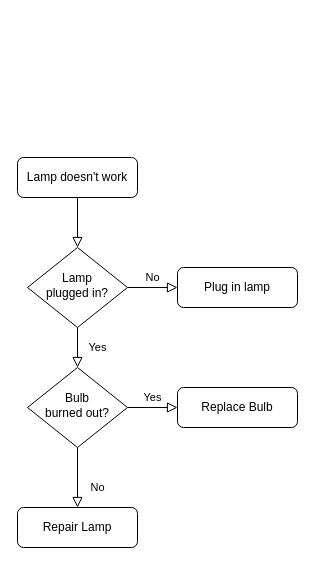
Earlier version of the draw.io diagram flujo de compras.drawio (CAPW-Servicios-Tecnicos/digrama_flujos). Source tidied: cells renumbered, new cells numbered last; positions are measured from the earlier drawing's top-left corner, leaving out a move shared by most shapes. Both pictures are drawn from the tidied source at 100%, with x=0, y=0 at pixel (17, 157).
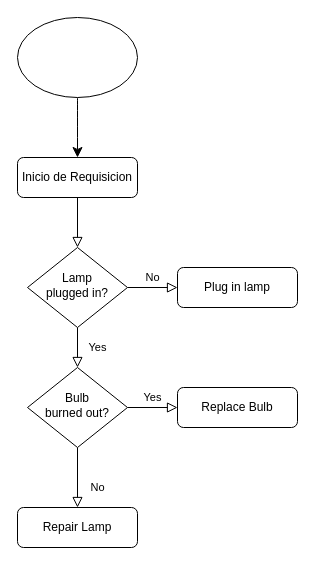
The same diagram, later.

Diff of the diagram source:
```diff
@@
 <mxGraphModel>
   <root>
     <mxCell id="0" />
     <mxCell id="1" parent="0" />
     <mxCell id="2" style="rounded=0;html=1;jettySize=auto;fontSize=11;endArrow=block;endFill=0;endSize=8;strokeWidth=1;shadow=0;labelBackgroundColor=none;edgeStyle=orthogonalEdgeStyle;" parent="1" edge="1" source="3" target="6">
       <mxGeometry relative="1" as="geometry" />
     </mxCell>
-    <mxCell id="3" value="Lamp doesn't work" style="rounded=1;whiteSpace=wrap;html=1;fontSize=12;glass=0;strokeWidth=1;shadow=0;" parent="1" vertex="1">
+    <mxCell id="3" value="Inicio de Requisicion" style="rounded=1;whiteSpace=wrap;html=1;fontSize=12;glass=0;strokeWidth=1;shadow=0;" parent="1" vertex="1">
       <mxGeometry width="120" height="40" as="geometry" />
     </mxCell>
     <mxCell id="4" value="Yes" style="rounded=0;html=1;jettySize=auto;fontSize=11;endArrow=block;endFill=0;endSize=8;strokeWidth=1;shadow=0;labelBackgroundColor=none;edgeStyle=orthogonalEdgeStyle;" parent="1" edge="1" source="6" target="10">
       <mxGeometry y="20" relative="1" as="geometry" />
     </mxCell>
     <mxCell id="5" value="No" style="edgeStyle=orthogonalEdgeStyle;rounded=0;html=1;jettySize=auto;fontSize=11;endArrow=block;endFill=0;endSize=8;strokeWidth=1;shadow=0;labelBackgroundColor=none;" parent="1" edge="1" source="6" target="7">
       <mxGeometry y="10" relative="1" as="geometry" />
     </mxCell>
     <mxCell id="6" value="Lamp&lt;br&gt;plugged in?" style="rhombus;whiteSpace=wrap;html=1;shadow=0;fontFamily=Helvetica;fontSize=12;align=center;strokeWidth=1;spacing=6;spacingTop=-4;" parent="1" vertex="1">
       <mxGeometry x="10" y="90" width="100" height="80" as="geometry" />
     </mxCell>
     <mxCell id="7" value="Plug in lamp" style="rounded=1;whiteSpace=wrap;html=1;fontSize=12;glass=0;strokeWidth=1;shadow=0;" parent="1" vertex="1">
       <mxGeometry x="160" y="110" width="120" height="40" as="geometry" />
     </mxCell>
     <mxCell id="8" value="No" style="rounded=0;html=1;jettySize=auto;fontSize=11;endArrow=block;endFill=0;endSize=8;strokeWidth=1;shadow=0;labelBackgroundColor=none;edgeStyle=orthogonalEdgeStyle;" parent="1" edge="1" source="10" target="11">
       <mxGeometry x="0.33" y="20" relative="1" as="geometry" />
     </mxCell>
     <mxCell id="9" value="Yes" style="edgeStyle=orthogonalEdgeStyle;rounded=0;html=1;jettySize=auto;fontSize=11;endArrow=block;endFill=0;endSize=8;strokeWidth=1;shadow=0;labelBackgroundColor=none;" parent="1" edge="1" source="10" target="12">
       <mxGeometry y="10" relative="1" as="geometry" />
     </mxCell>
     <mxCell id="10" value="Bulb&lt;br&gt;burned out?" style="rhombus;whiteSpace=wrap;html=1;shadow=0;fontFamily=Helvetica;fontSize=12;align=center;strokeWidth=1;spacing=6;spacingTop=-4;" parent="1" vertex="1">
       <mxGeometry x="10" y="210" width="100" height="80" as="geometry" />
     </mxCell>
     <mxCell id="11" value="Repair Lamp" style="rounded=1;whiteSpace=wrap;html=1;fontSize=12;glass=0;strokeWidth=1;shadow=0;" parent="1" vertex="1">
       <mxGeometry y="350" width="120" height="40" as="geometry" />
     </mxCell>
     <mxCell id="12" value="Replace Bulb" style="rounded=1;whiteSpace=wrap;html=1;fontSize=12;glass=0;strokeWidth=1;shadow=0;" parent="1" vertex="1">
       <mxGeometry x="160" y="230" width="120" height="40" as="geometry" />
     </mxCell>
+    <mxCell id="13" style="edgeStyle=none;curved=1;rounded=0;jettySize=auto;html=1;fontSize=12;startSize=8;endSize=8;entryX=0.5;entryY=0;entryDx=0;entryDy=0;" parent="1" edge="1" source="14" target="3">
+      <mxGeometry relative="1" as="geometry" />
+    </mxCell>
+    <mxCell id="14" style="ellipse;whiteSpace=wrap;html=1;" parent="1" vertex="1">
+      <mxGeometry y="-140" width="120" height="80" as="geometry" />
+    </mxCell>
   </root>
 </mxGraphModel>
```
